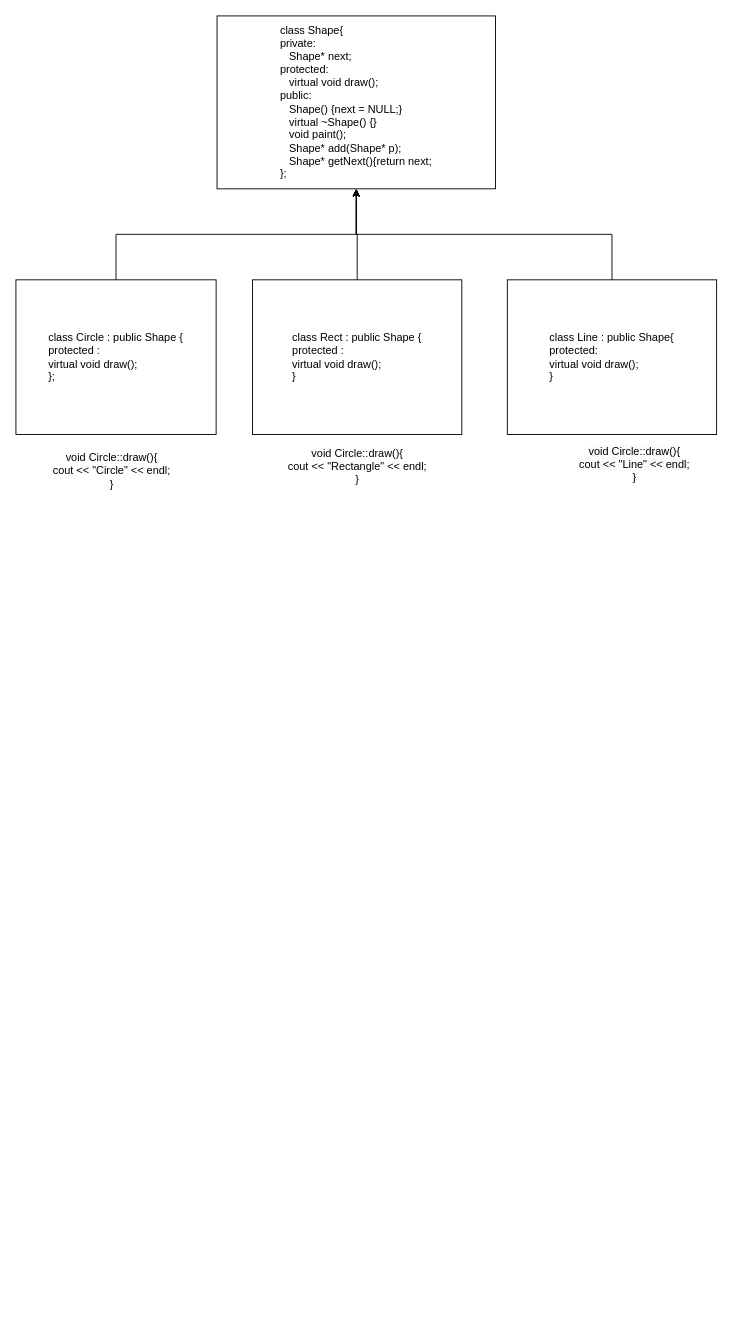
Above: 오버라이딩 활용.drawio in nasha430/nasha (draw.io), before the change. Source tidied: cells renumbered, new cells numbered last; positions are measured from the earlier drawing's top-left corner, leaving out a move shared by most shapes. Both pictures are drawn from the tidied source at 91%, with x=0, y=0 at pixel (15, 15).
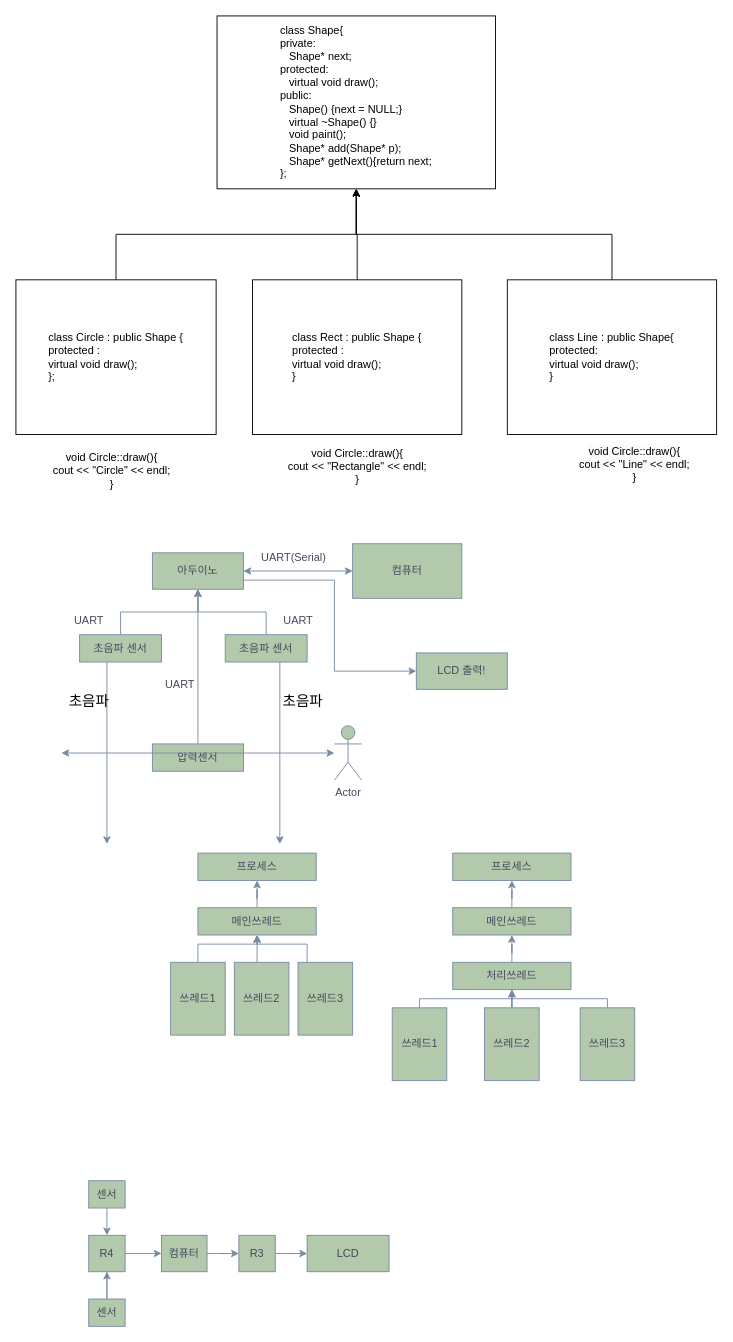
The same diagram, later.

Commit message:
오버라이딩 활용.drawio 업데이트

Change to the diagram source:
```diff
@@
+    <mxCell id="12" value="아두이노" style="whiteSpace=wrap;html=1;labelBackgroundColor=none;fillColor=#B2C9AB;strokeColor=#788AA3;fontColor=#46495D;" parent="1" vertex="1">
+      <mxGeometry x="150" y="590" width="100" height="40" as="geometry" />
+    </mxCell>
+    <mxCell id="13" style="edgeStyle=orthogonalEdgeStyle;rounded=0;jettySize=auto;html=1;labelBackgroundColor=none;strokeColor=#788AA3;fontColor=default;" parent="1" edge="1" source="14" target="12">
+      <mxGeometry relative="1" as="geometry" />
+    </mxCell>
+    <mxCell id="14" value="초음파 센서" style="whiteSpace=wrap;html=1;labelBackgroundColor=none;fillColor=#B2C9AB;strokeColor=#788AA3;fontColor=#46495D;" parent="1" vertex="1">
+      <mxGeometry x="70" y="680" width="90" height="30" as="geometry" />
+    </mxCell>
+    <mxCell id="15" style="edgeStyle=orthogonalEdgeStyle;rounded=0;jettySize=auto;html=1;labelBackgroundColor=none;strokeColor=#788AA3;fontColor=default;" parent="1" edge="1" source="16" target="12">
+      <mxGeometry relative="1" as="geometry" />
+    </mxCell>
+    <mxCell id="16" value="초음파 센서" style="whiteSpace=wrap;html=1;labelBackgroundColor=none;fillColor=#B2C9AB;strokeColor=#788AA3;fontColor=#46495D;" parent="1" vertex="1">
+      <mxGeometry x="230" y="680" width="90" height="30" as="geometry" />
+    </mxCell>
+    <mxCell id="17" style="edgeStyle=orthogonalEdgeStyle;rounded=0;jettySize=auto;html=1;entryX=0.5;entryY=1;entryDx=0;entryDy=0;labelBackgroundColor=none;strokeColor=#788AA3;fontColor=default;" parent="1" edge="1" source="18" target="12">
+      <mxGeometry relative="1" as="geometry" />
+    </mxCell>
+    <mxCell id="18" value="압력센서" style="whiteSpace=wrap;html=1;labelBackgroundColor=none;fillColor=#B2C9AB;strokeColor=#788AA3;fontColor=#46495D;" parent="1" vertex="1">
+      <mxGeometry x="150" y="800" width="100" height="30" as="geometry" />
+    </mxCell>
+    <mxCell id="19" style="endArrow=classic;html=1;rounded=0;fillColor=#B2C9AB;strokeColor=#788AA3;labelBackgroundColor=none;fontColor=default;" parent="1" edge="1">
+      <mxGeometry relative="1" as="geometry">
+        <mxPoint x="100" y="710" as="sourcePoint" />
+        <mxPoint x="100" y="910" as="targetPoint" />
+      </mxGeometry>
+    </mxCell>
+    <mxCell id="20" style="endArrow=classic;html=1;rounded=0;fillColor=#B2C9AB;strokeColor=#788AA3;labelBackgroundColor=none;fontColor=default;" parent="1" edge="1">
+      <mxGeometry relative="1" as="geometry">
+        <mxPoint x="290" y="710" as="sourcePoint" />
+        <mxPoint x="290" y="910" as="targetPoint" />
+      </mxGeometry>
+    </mxCell>
+    <mxCell id="21" value="Actor" style="shape=umlActor;verticalLabelPosition=bottom;verticalAlign=top;html=1;outlineConnect=0;labelBackgroundColor=none;fillColor=#B2C9AB;strokeColor=#788AA3;fontColor=#46495D;" parent="1" vertex="1">
+      <mxGeometry x="350" y="780" width="30" height="60" as="geometry" />
+    </mxCell>
+    <mxCell id="22" value="컴퓨터" style="whiteSpace=wrap;html=1;labelBackgroundColor=none;fillColor=#B2C9AB;strokeColor=#788AA3;fontColor=#46495D;" parent="1" vertex="1">
+      <mxGeometry x="370" y="580" width="120" height="60" as="geometry" />
+    </mxCell>
+    <mxCell id="23" value="UART" style="text;html=1;align=center;verticalAlign=middle;strokeColor=none;fillColor=none;labelBackgroundColor=none;fontColor=#46495D;" parent="1" vertex="1">
+      <mxGeometry x="50" y="650" width="60" height="30" as="geometry" />
+    </mxCell>
+    <mxCell id="24" value="UART" style="text;html=1;align=center;verticalAlign=middle;strokeColor=none;fillColor=none;labelBackgroundColor=none;fontColor=#46495D;" parent="1" vertex="1">
+      <mxGeometry x="280" y="650" width="60" height="30" as="geometry" />
+    </mxCell>
+    <mxCell id="25" value="UART" style="text;html=1;align=center;verticalAlign=middle;strokeColor=none;fillColor=none;labelBackgroundColor=none;fontColor=#46495D;" parent="1" vertex="1">
+      <mxGeometry x="150" y="720" width="60" height="30" as="geometry" />
+    </mxCell>
+    <mxCell id="26" value="UART(Serial)&lt;br&gt;" style="text;html=1;align=center;verticalAlign=middle;strokeColor=none;fillColor=none;labelBackgroundColor=none;fontColor=#46495D;" parent="1" vertex="1">
+      <mxGeometry x="260" y="580" width="90" height="30" as="geometry" />
+    </mxCell>
+    <mxCell id="27" style="endArrow=classic;startArrow=classic;html=1;rounded=0;strokeColor=#788AA3;fontColor=#46495D;fillColor=#B2C9AB;" parent="1" edge="1" target="21">
+      <mxGeometry relative="1" as="geometry">
+        <mxPoint x="50" y="810" as="sourcePoint" />
+      </mxGeometry>
+    </mxCell>
+    <mxCell id="28" value="프로세스" style="whiteSpace=wrap;html=1;strokeColor=#788AA3;fontColor=#46495D;fillColor=#B2C9AB;" parent="1" vertex="1">
+      <mxGeometry x="200" y="920" width="130" height="30" as="geometry" />
+    </mxCell>
+    <mxCell id="29" style="edgeStyle=orthogonalEdgeStyle;rounded=0;jettySize=auto;html=1;strokeColor=#788AA3;fontColor=#46495D;fillColor=#B2C9AB;" parent="1" edge="1" source="30" target="28">
+      <mxGeometry relative="1" as="geometry" />
+    </mxCell>
+    <mxCell id="30" value="메인쓰레드" style="whiteSpace=wrap;html=1;strokeColor=#788AA3;fontColor=#46495D;fillColor=#B2C9AB;" parent="1" vertex="1">
+      <mxGeometry x="200" y="980" width="130" height="30" as="geometry" />
+    </mxCell>
+    <mxCell id="31" style="edgeStyle=orthogonalEdgeStyle;rounded=0;jettySize=auto;html=1;strokeColor=#788AA3;fontColor=#46495D;fillColor=#B2C9AB;" parent="1" edge="1" source="32" target="30">
+      <mxGeometry relative="1" as="geometry">
+        <Array as="points">
+          <mxPoint x="200" y="1020" />
+          <mxPoint x="265" y="1020" />
+        </Array>
+      </mxGeometry>
+    </mxCell>
+    <mxCell id="32" value="쓰레드1" style="whiteSpace=wrap;html=1;strokeColor=#788AA3;fontColor=#46495D;fillColor=#B2C9AB;" parent="1" vertex="1">
+      <mxGeometry x="170" y="1040" width="60" height="80" as="geometry" />
+    </mxCell>
+    <mxCell id="33" style="edgeStyle=orthogonalEdgeStyle;rounded=0;jettySize=auto;html=1;strokeColor=#788AA3;fontColor=#46495D;fillColor=#B2C9AB;" parent="1" edge="1" source="34" target="30">
+      <mxGeometry relative="1" as="geometry">
+        <Array as="points">
+          <mxPoint x="265" y="1030" />
+          <mxPoint x="265" y="1030" />
+        </Array>
+      </mxGeometry>
+    </mxCell>
+    <mxCell id="34" value="쓰레드2" style="whiteSpace=wrap;html=1;strokeColor=#788AA3;fontColor=#46495D;fillColor=#B2C9AB;" parent="1" vertex="1">
+      <mxGeometry x="240" y="1040" width="60" height="80" as="geometry" />
+    </mxCell>
+    <mxCell id="35" style="edgeStyle=orthogonalEdgeStyle;rounded=0;jettySize=auto;html=1;strokeColor=#788AA3;fontColor=#46495D;fillColor=#B2C9AB;" parent="1" edge="1" source="36" target="30">
+      <mxGeometry relative="1" as="geometry">
+        <Array as="points">
+          <mxPoint x="320" y="1020" />
+          <mxPoint x="265" y="1020" />
+        </Array>
+      </mxGeometry>
+    </mxCell>
+    <mxCell id="36" value="쓰레드3" style="whiteSpace=wrap;html=1;strokeColor=#788AA3;fontColor=#46495D;fillColor=#B2C9AB;" parent="1" vertex="1">
+      <mxGeometry x="310" y="1040" width="60" height="80" as="geometry" />
+    </mxCell>
+    <mxCell id="37" value="프로세스" style="whiteSpace=wrap;html=1;strokeColor=#788AA3;fontColor=#46495D;fillColor=#B2C9AB;" parent="1" vertex="1">
+      <mxGeometry x="480" y="920" width="130" height="30" as="geometry" />
+    </mxCell>
+    <mxCell id="38" style="edgeStyle=orthogonalEdgeStyle;rounded=0;jettySize=auto;html=1;strokeColor=#788AA3;fontColor=#46495D;fillColor=#B2C9AB;" parent="1" edge="1" source="39" target="37">
+      <mxGeometry relative="1" as="geometry" />
+    </mxCell>
+    <mxCell id="39" value="메인쓰레드" style="whiteSpace=wrap;html=1;strokeColor=#788AA3;fontColor=#46495D;fillColor=#B2C9AB;" parent="1" vertex="1">
+      <mxGeometry x="480" y="980" width="130" height="30" as="geometry" />
+    </mxCell>
+    <mxCell id="40" style="edgeStyle=orthogonalEdgeStyle;rounded=0;jettySize=auto;html=1;strokeColor=#788AA3;fontColor=#46495D;fillColor=#B2C9AB;entryX=0.5;entryY=1;entryDx=0;entryDy=0;" parent="1" edge="1" source="41" target="47">
+      <mxGeometry relative="1" as="geometry">
+        <Array as="points">
+          <mxPoint x="444" y="1080" />
+          <mxPoint x="545" y="1080" />
+        </Array>
+      </mxGeometry>
+    </mxCell>
+    <mxCell id="41" value="쓰레드1" style="whiteSpace=wrap;html=1;strokeColor=#788AA3;fontColor=#46495D;fillColor=#B2C9AB;" parent="1" vertex="1">
+      <mxGeometry x="413.5" y="1090" width="60" height="80" as="geometry" />
+    </mxCell>
+    <mxCell id="42" style="edgeStyle=orthogonalEdgeStyle;rounded=0;jettySize=auto;html=1;strokeColor=#788AA3;fontColor=#46495D;fillColor=#B2C9AB;" parent="1" edge="1" source="43" target="47">
+      <mxGeometry relative="1" as="geometry" />
+    </mxCell>
+    <mxCell id="43" value="쓰레드2" style="whiteSpace=wrap;html=1;strokeColor=#788AA3;fontColor=#46495D;fillColor=#B2C9AB;" parent="1" vertex="1">
+      <mxGeometry x="515" y="1090" width="60" height="80" as="geometry" />
+    </mxCell>
+    <mxCell id="44" style="edgeStyle=orthogonalEdgeStyle;rounded=0;jettySize=auto;html=1;strokeColor=#788AA3;fontColor=#46495D;fillColor=#B2C9AB;entryX=0.5;entryY=1;entryDx=0;entryDy=0;" parent="1" edge="1" source="45" target="47">
+      <mxGeometry relative="1" as="geometry">
+        <Array as="points">
+          <mxPoint x="650" y="1080" />
+          <mxPoint x="545" y="1080" />
+        </Array>
+      </mxGeometry>
+    </mxCell>
+    <mxCell id="45" value="쓰레드3" style="whiteSpace=wrap;html=1;strokeColor=#788AA3;fontColor=#46495D;fillColor=#B2C9AB;" parent="1" vertex="1">
+      <mxGeometry x="620" y="1090" width="60" height="80" as="geometry" />
+    </mxCell>
+    <mxCell id="46" style="edgeStyle=orthogonalEdgeStyle;rounded=0;jettySize=auto;html=1;strokeColor=#788AA3;fontColor=#46495D;fillColor=#B2C9AB;" parent="1" edge="1" source="47" target="39">
+      <mxGeometry relative="1" as="geometry" />
+    </mxCell>
+    <mxCell id="47" value="처리쓰레드" style="whiteSpace=wrap;html=1;strokeColor=#788AA3;fontColor=#46495D;fillColor=#B2C9AB;" parent="1" vertex="1">
+      <mxGeometry x="480" y="1040" width="130" height="30" as="geometry" />
+    </mxCell>
+    <mxCell id="48" style="endArrow=classic;startArrow=classic;html=1;rounded=0;strokeColor=#788AA3;fontColor=#46495D;fillColor=#B2C9AB;entryX=0;entryY=0.5;entryDx=0;entryDy=0;" parent="1" edge="1" target="22">
+      <mxGeometry relative="1" as="geometry">
+        <mxPoint x="250" y="610" as="sourcePoint" />
+      </mxGeometry>
+    </mxCell>
+    <mxCell id="49" style="endArrow=classic;html=1;rounded=0;strokeColor=#788AA3;fontColor=#46495D;fillColor=#B2C9AB;exitX=1;exitY=0.75;exitDx=0;exitDy=0;" parent="1" edge="1" source="12">
+      <mxGeometry relative="1" as="geometry">
+        <mxPoint x="440" y="720" as="targetPoint" />
+        <Array as="points">
+          <mxPoint x="350" y="620" />
+          <mxPoint x="350" y="720" />
+        </Array>
+      </mxGeometry>
+    </mxCell>
+    <mxCell id="50" value="LCD 출력!" style="whiteSpace=wrap;html=1;strokeColor=#788AA3;fontColor=#46495D;fillColor=#B2C9AB;" parent="1" vertex="1">
+      <mxGeometry x="440" y="700" width="100" height="40" as="geometry" />
+    </mxCell>
+    <mxCell id="51" style="edgeStyle=orthogonalEdgeStyle;rounded=0;jettySize=auto;html=1;strokeColor=#788AA3;fontColor=#46495D;fillColor=#B2C9AB;" parent="1" edge="1" source="53" target="58">
+      <mxGeometry relative="1" as="geometry" />
+    </mxCell>
+    <mxCell id="52" style="edgeStyle=orthogonalEdgeStyle;rounded=0;jettySize=auto;html=1;strokeColor=#788AA3;fontColor=#46495D;fillColor=#B2C9AB;" parent="1" edge="1" source="53">
+      <mxGeometry relative="1" as="geometry">
+        <mxPoint x="100" y="1380" as="targetPoint" />
+        <Array as="points">
+          <mxPoint x="100" y="1410" />
+          <mxPoint x="100" y="1410" />
+        </Array>
+      </mxGeometry>
+    </mxCell>
+    <mxCell id="53" value="R4" style="whiteSpace=wrap;html=1;strokeColor=#788AA3;fontColor=#46495D;fillColor=#B2C9AB;" parent="1" vertex="1">
+      <mxGeometry x="80" y="1340" width="40" height="40" as="geometry" />
+    </mxCell>
+    <mxCell id="54" style="edgeStyle=orthogonalEdgeStyle;rounded=0;jettySize=auto;html=1;strokeColor=#788AA3;fontColor=#46495D;fillColor=#B2C9AB;" parent="1" edge="1" source="55">
+      <mxGeometry relative="1" as="geometry">
+        <mxPoint x="100" y="1340" as="targetPoint" />
+      </mxGeometry>
+    </mxCell>
+    <mxCell id="55" value="센서" style="whiteSpace=wrap;html=1;strokeColor=#788AA3;fontColor=#46495D;fillColor=#B2C9AB;" parent="1" vertex="1">
+      <mxGeometry x="80" y="1280" width="40" height="30" as="geometry" />
+    </mxCell>
+    <mxCell id="56" value="센서" style="whiteSpace=wrap;html=1;strokeColor=#788AA3;fontColor=#46495D;fillColor=#B2C9AB;" parent="1" vertex="1">
+      <mxGeometry x="80" y="1410" width="40" height="30" as="geometry" />
+    </mxCell>
+    <mxCell id="57" style="edgeStyle=orthogonalEdgeStyle;rounded=0;jettySize=auto;html=1;strokeColor=#788AA3;fontColor=#46495D;fillColor=#B2C9AB;" parent="1" edge="1" source="58" target="60">
+      <mxGeometry relative="1" as="geometry" />
+    </mxCell>
+    <mxCell id="58" value="컴퓨터" style="whiteSpace=wrap;html=1;strokeColor=#788AA3;fontColor=#46495D;fillColor=#B2C9AB;" parent="1" vertex="1">
+      <mxGeometry x="160" y="1340" width="50" height="40" as="geometry" />
+    </mxCell>
+    <mxCell id="59" style="edgeStyle=orthogonalEdgeStyle;rounded=0;jettySize=auto;html=1;strokeColor=#788AA3;fontColor=#46495D;fillColor=#B2C9AB;" parent="1" edge="1" source="60" target="61">
+      <mxGeometry relative="1" as="geometry" />
+    </mxCell>
+    <mxCell id="60" value="R3" style="whiteSpace=wrap;html=1;strokeColor=#788AA3;fontColor=#46495D;fillColor=#B2C9AB;" parent="1" vertex="1">
+      <mxGeometry x="245" y="1340" width="40" height="40" as="geometry" />
+    </mxCell>
+    <mxCell id="61" value="LCD" style="whiteSpace=wrap;html=1;strokeColor=#788AA3;fontColor=#46495D;fillColor=#B2C9AB;" parent="1" vertex="1">
+      <mxGeometry x="320" y="1340" width="90" height="40" as="geometry" />
+    </mxCell>
+    <mxCell id="62" value="초음파" style="text;html=1;align=center;verticalAlign=middle;strokeColor=none;fillColor=none;fontSize=16;" parent="1" vertex="1">
+      <mxGeometry x="45" y="738" width="70" height="30" as="geometry" />
+    </mxCell>
+    <mxCell id="63" value="초음파" style="text;html=1;align=center;verticalAlign=middle;strokeColor=none;fillColor=none;fontSize=16;" parent="1" vertex="1">
+      <mxGeometry x="280" y="738" width="70" height="30" as="geometry" />
+    </mxCell>
```
